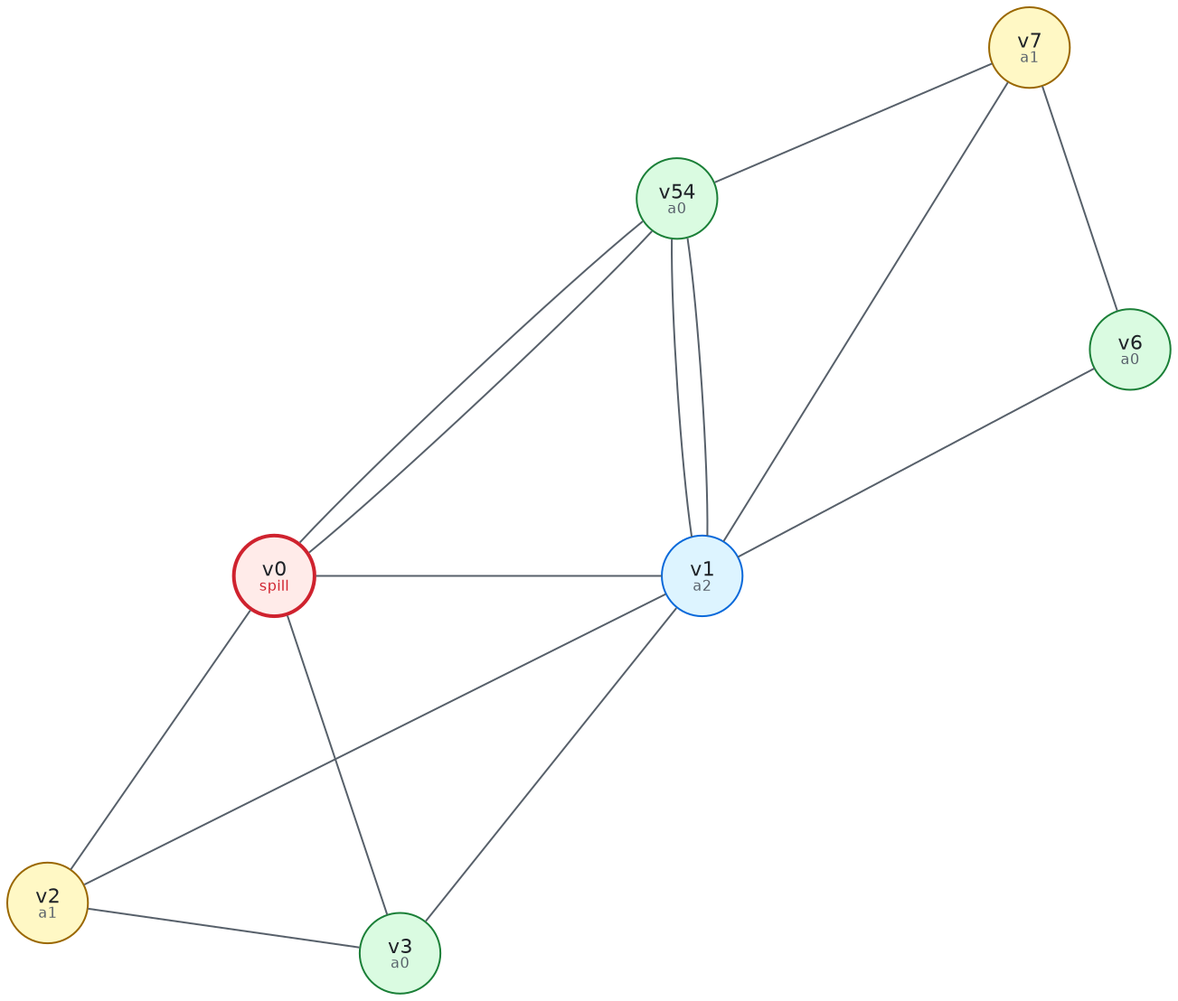
The Graphviz diagram Sable/compiler/doc/figures/wt-colour.png in aita/CompLab, before a commit. Its source is kept beside it as Sable/compiler/doc/figures/wt-colour.dot. Its diagram source:
```dot
graph wt {
  layout = neato;
  overlap = false;
  splines = true;
  bgcolor = "transparent";
  sep = "+8";
  node [shape = circle, style = filled, fillcolor = "#f6f8fa",
        color = "#57606a", fontcolor = "#1f2328",
        fontname = "Helvetica", fontsize = 11, width = 0.62, fixedsize = true];
  edge [color = "#57606a", dir = none, fontname = "Helvetica", fontsize = 9];
  v0 [label = <v0<BR/><FONT POINT-SIZE="8" COLOR="#cf222e">spill</FONT>>, fillcolor = "#ffebe9", color = "#cf222e", penwidth = 2 pos = "0,1.5!"];
  v1 [label = <v1<BR/><FONT POINT-SIZE="8" COLOR="#57606a">a2</FONT>>, fillcolor = "#ddf4ff", color = "#0969da" pos = "1.7,1.5!"];
  v2 [label = <v2<BR/><FONT POINT-SIZE="8" COLOR="#57606a">a1</FONT>>, fillcolor = "#fff8c5", color = "#9a6700" pos = "-0.9,0.2!"];
  v3 [label = <v3<BR/><FONT POINT-SIZE="8" COLOR="#57606a">a0</FONT>>, fillcolor = "#dafbe1", color = "#1a7f37" pos = "0.5,0!"];
  v5 [label = <v54<BR/><FONT POINT-SIZE="8" COLOR="#57606a">a0</FONT>>, fillcolor = "#dafbe1", color = "#1a7f37" pos = "1.6,3!"];
  v6 [label = <v6<BR/><FONT POINT-SIZE="8" COLOR="#57606a">a0</FONT>>, fillcolor = "#dafbe1", color = "#1a7f37" pos = "3.4,2.4!"];
  v7 [label = <v7<BR/><FONT POINT-SIZE="8" COLOR="#57606a">a1</FONT>>, fillcolor = "#fff8c5", color = "#9a6700" pos = "3,3.6!"];
  v0 -- v1 [color = "#57606a"];
  v0 -- v2 [color = "#57606a"];
  v0 -- v3 [color = "#57606a"];
  v0 -- v5 [color = "#57606a"];
  v0 -- v5 [color = "#57606a"];
  v1 -- v2 [color = "#57606a"];
  v1 -- v3 [color = "#57606a"];
  v1 -- v5 [color = "#57606a"];
  v1 -- v5 [color = "#57606a"];
  v1 -- v6 [color = "#57606a"];
  v1 -- v7 [color = "#57606a"];
  v2 -- v3 [color = "#57606a"];
  v5 -- v7 [color = "#57606a"];
  v6 -- v7 [color = "#57606a"];
}
```
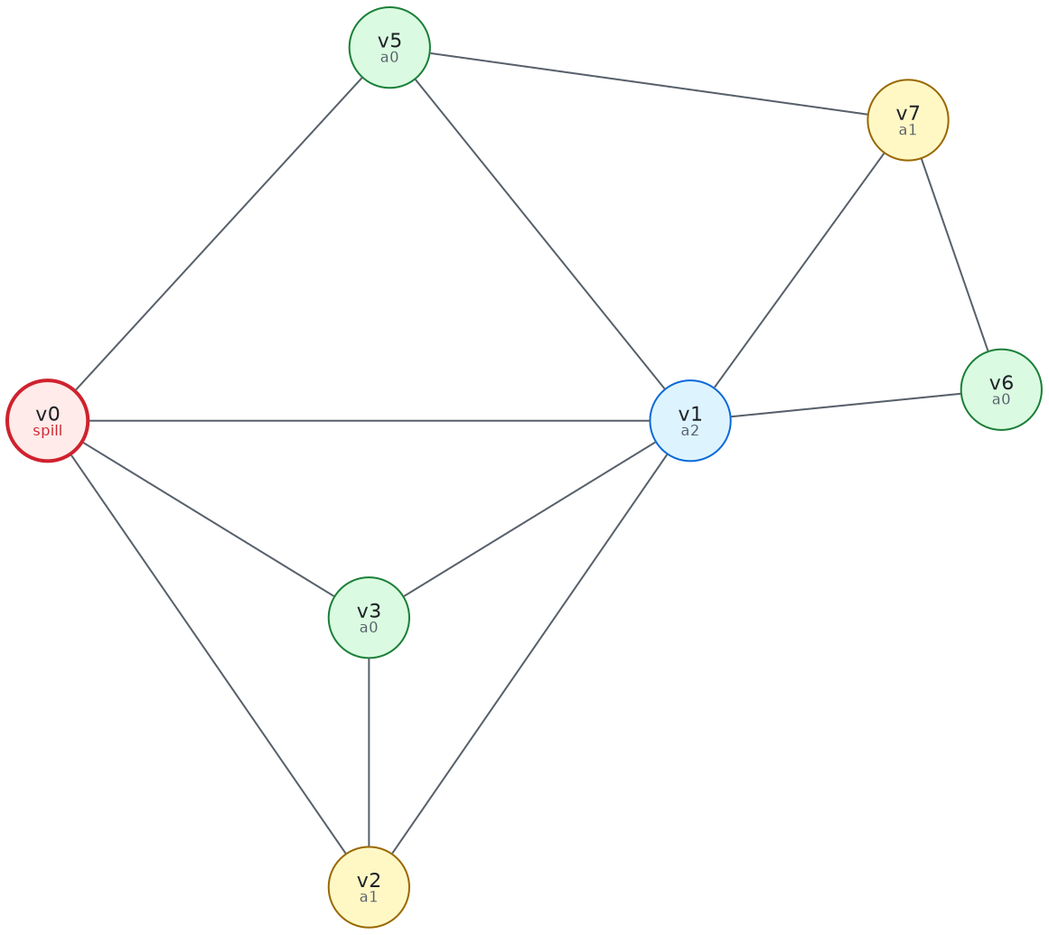
After the commit.

Change to the diagram source:
```diff
@@ -8,21 +8,19 @@
         color = "#57606a", fontcolor = "#1f2328",
         fontname = "Helvetica", fontsize = 11, width = 0.62, fixedsize = true];
   edge [color = "#57606a", dir = none, fontname = "Helvetica", fontsize = 9];
-  v0 [label = <v0<BR/><FONT POINT-SIZE="8" COLOR="#cf222e">spill</FONT>>, fillcolor = "#ffebe9", color = "#cf222e", penwidth = 2 pos = "0,1.5!"];
-  v1 [label = <v1<BR/><FONT POINT-SIZE="8" COLOR="#57606a">a2</FONT>>, fillcolor = "#ddf4ff", color = "#0969da" pos = "1.7,1.5!"];
-  v2 [label = <v2<BR/><FONT POINT-SIZE="8" COLOR="#57606a">a1</FONT>>, fillcolor = "#fff8c5", color = "#9a6700" pos = "-0.9,0.2!"];
-  v3 [label = <v3<BR/><FONT POINT-SIZE="8" COLOR="#57606a">a0</FONT>>, fillcolor = "#dafbe1", color = "#1a7f37" pos = "0.5,0!"];
-  v5 [label = <v54<BR/><FONT POINT-SIZE="8" COLOR="#57606a">a0</FONT>>, fillcolor = "#dafbe1", color = "#1a7f37" pos = "1.6,3!"];
-  v6 [label = <v6<BR/><FONT POINT-SIZE="8" COLOR="#57606a">a0</FONT>>, fillcolor = "#dafbe1", color = "#1a7f37" pos = "3.4,2.4!"];
-  v7 [label = <v7<BR/><FONT POINT-SIZE="8" COLOR="#57606a">a1</FONT>>, fillcolor = "#fff8c5", color = "#9a6700" pos = "3,3.6!"];
+  v0 [label = <v0<BR/><FONT POINT-SIZE="8" COLOR="#cf222e">spill</FONT>>, fillcolor = "#ffebe9", color = "#cf222e", penwidth = 2 pos = "-1.55,0.1!"];
+  v1 [label = <v1<BR/><FONT POINT-SIZE="8" COLOR="#57606a">a2</FONT>>, fillcolor = "#ddf4ff", color = "#0969da" pos = "1.55,0.1!"];
+  v2 [label = <v2<BR/><FONT POINT-SIZE="8" COLOR="#57606a">a1</FONT>>, fillcolor = "#fff8c5", color = "#9a6700" pos = "0,-2.15!"];
+  v3 [label = <v3<BR/><FONT POINT-SIZE="8" COLOR="#57606a">a0</FONT>>, fillcolor = "#dafbe1", color = "#1a7f37" pos = "0,-0.85!"];
+  v5 [label = <v5<BR/><FONT POINT-SIZE="8" COLOR="#57606a">a0</FONT>>, fillcolor = "#dafbe1", color = "#1a7f37" pos = "0.1,1.9!"];
+  v6 [label = <v6<BR/><FONT POINT-SIZE="8" COLOR="#57606a">a0</FONT>>, fillcolor = "#dafbe1", color = "#1a7f37" pos = "3.05,0.25!"];
+  v7 [label = <v7<BR/><FONT POINT-SIZE="8" COLOR="#57606a">a1</FONT>>, fillcolor = "#fff8c5", color = "#9a6700" pos = "2.6,1.55!"];
   v0 -- v1 [color = "#57606a"];
   v0 -- v2 [color = "#57606a"];
   v0 -- v3 [color = "#57606a"];
   v0 -- v5 [color = "#57606a"];
-  v0 -- v5 [color = "#57606a"];
   v1 -- v2 [color = "#57606a"];
   v1 -- v3 [color = "#57606a"];
-  v1 -- v5 [color = "#57606a"];
   v1 -- v5 [color = "#57606a"];
   v1 -- v6 [color = "#57606a"];
   v1 -- v7 [color = "#57606a"];
```
